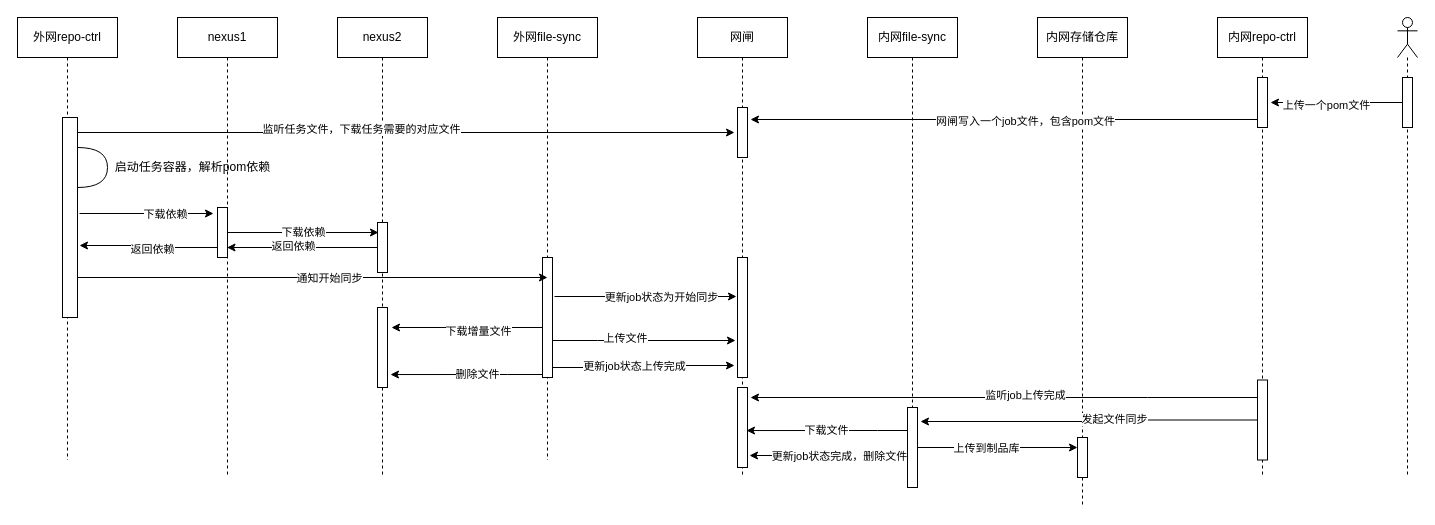
Above: page "第 13 页" (12 of 12) of ProductRepository.drawio in zzl-code/drawImg (draw.io), before the change. Source tidied: cells renumbered, new cells numbered last; positions are measured from the earlier drawing's top-left corner, leaving out a move shared by most shapes. Both pictures are drawn from the tidied source at 100%, with x=0, y=0 at pixel (17, 17).
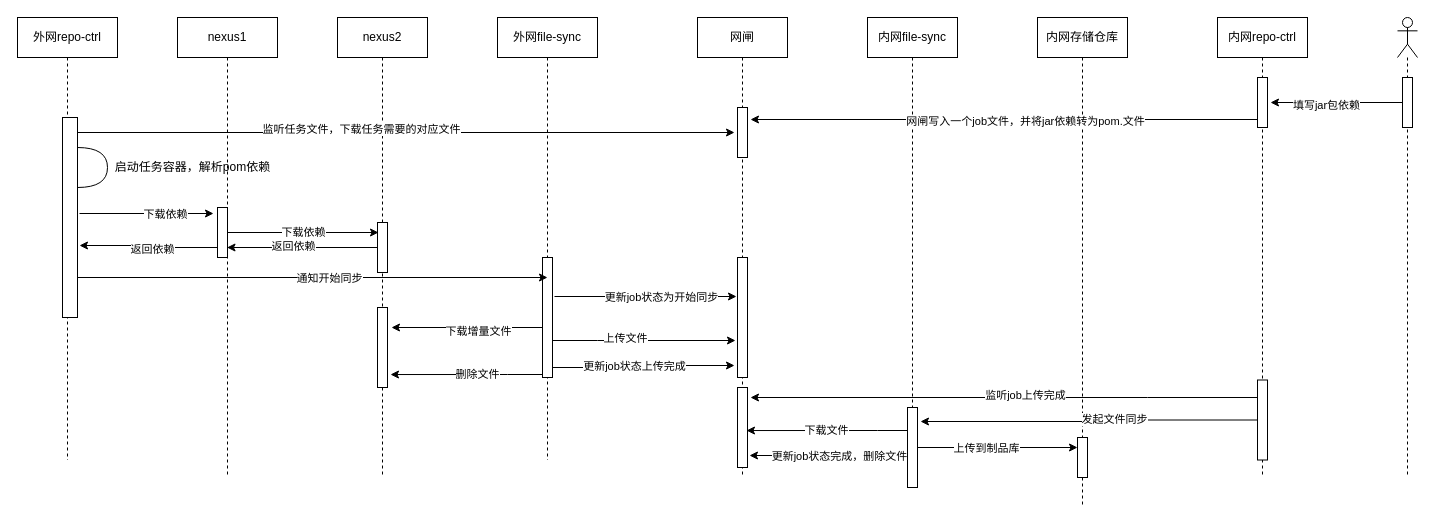
After the change.

The change refers to these unchanged cells:
```xml
<mxCell id="20" style="edgeStyle=orthogonalEdgeStyle;rounded=0;jettySize=auto;html=1;entryX=1.3;entryY=0.5;entryDx=0;entryDy=0;entryPerimeter=0;" parent="1" edge="1" source="16" target="18">
  <mxGeometry relative="1" as="geometry" />
</mxCell>
<mxCell id="22" style="edgeStyle=orthogonalEdgeStyle;rounded=0;jettySize=auto;html=1;entryX=1.3;entryY=0.24;entryDx=0;entryDy=0;entryPerimeter=0;" parent="1" edge="1" source="18" target="8">
  <mxGeometry relative="1" as="geometry">
    <Array as="points">
      <mxPoint x="1090" y="102" />
      <mxPoint x="1090" y="102" />
    </Array>
  </mxGeometry>
</mxCell>
```

Change to the diagram source:
```diff
@@
-    <mxCell id="21" value="上传一个pom文件" style="edgeLabel;html=1;align=center;verticalAlign=middle;" parent="20" vertex="1">
+    <mxCell id="21" value="填写jar包依赖" style="edgeLabel;html=1;align=center;verticalAlign=middle;" parent="20" vertex="1">
       <mxGeometry x="0.16" y="2" relative="1" as="geometry" />
     </mxCell>
@@
-    <mxCell id="23" value="网闸写入一个job文件，包含pom文件" style="edgeLabel;html=1;align=center;verticalAlign=middle;" parent="22" vertex="1">
+    <mxCell id="23" value="网闸写入一个job文件，并将jar依赖转为pom.文件" style="edgeLabel;html=1;align=center;verticalAlign=middle;" parent="22" vertex="1">
       <mxGeometry x="-0.08" y="1" relative="1" as="geometry" />
     </mxCell>
```
